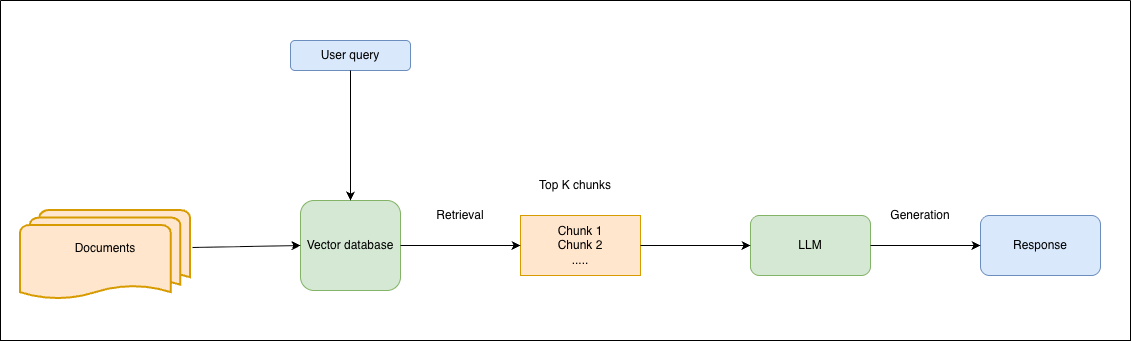
czotterbenedek/rag-onlineclustering-optimization keeps this draw.io diagram as flowchart/rag.png. Above is the earlier version. Source tidied: cells renumbered, new cells last; positions are measured from the earlier drawing's top-left corner, leaving out a move shared by most shapes.
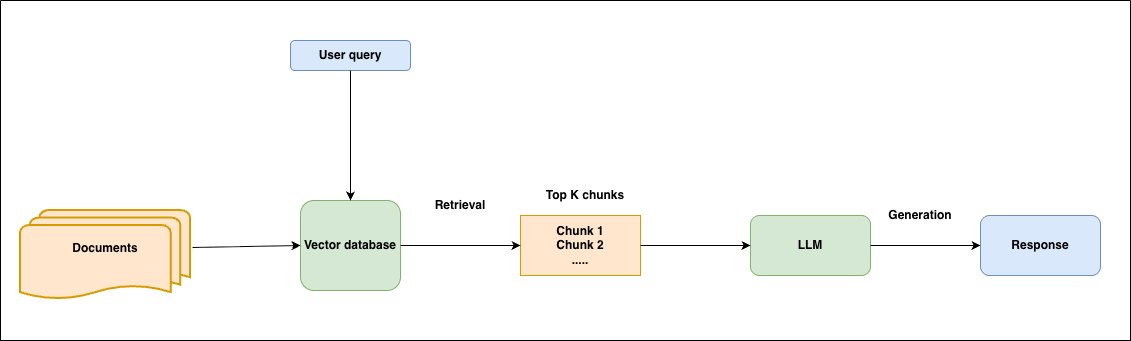
The same diagram one commit later.

The edit, as a diff of the source:
```diff
@@ -1,14 +1,14 @@
-<mxGraphModel>
+<mxGraphModel background="#FFFFFF">
   <root>
     <mxCell id="0" />
     <mxCell id="1" parent="0" />
-    <mxCell id="2" value="User query" style="rounded=1;whiteSpace=wrap;html=1;fillColor=#dae8fc;strokeColor=#6c8ebf;" parent="1" vertex="1">
+    <mxCell id="2" value="&lt;b&gt;User query&lt;/b&gt;" style="rounded=1;whiteSpace=wrap;html=1;fillColor=#dae8fc;strokeColor=#6c8ebf;" parent="1" vertex="1">
       <mxGeometry x="290" y="40" width="120" height="30" as="geometry" />
     </mxCell>
-    <mxCell id="3" value="Vector database" style="rounded=1;whiteSpace=wrap;html=1;fillColor=#d5e8d4;strokeColor=#82b366;" parent="1" vertex="1">
+    <mxCell id="3" value="&lt;b&gt;Vector database&lt;/b&gt;" style="rounded=1;whiteSpace=wrap;html=1;fillColor=#d5e8d4;strokeColor=#82b366;" parent="1" vertex="1">
       <mxGeometry x="300" y="200" width="100" height="90" as="geometry" />
     </mxCell>
-    <mxCell id="4" value="Documents&lt;div&gt;&lt;br&gt;&lt;/div&gt;" style="strokeWidth=2;html=1;shape=mxgraph.flowchart.multi-document;whiteSpace=wrap;fillColor=#ffe6cc;strokeColor=#d79b00;" parent="1" vertex="1">
+    <mxCell id="4" value="&lt;b&gt;Documents&lt;/b&gt;&lt;div&gt;&lt;br&gt;&lt;/div&gt;" style="strokeWidth=2;html=1;shape=mxgraph.flowchart.multi-document;whiteSpace=wrap;fillColor=#ffe6cc;strokeColor=#d79b00;" parent="1" vertex="1">
       <mxGeometry x="20" y="210" width="170" height="90" as="geometry" />
     </mxCell>
     <mxCell id="5" style="endArrow=classic;html=1;rounded=0;exitX=1.012;exitY=0.411;exitDx=0;exitDy=0;exitPerimeter=0;entryX=0;entryY=0.5;entryDx=0;entryDy=0;" parent="1" edge="1" source="4" target="3">
@@ -17,16 +17,16 @@
     <mxCell id="6" style="endArrow=classic;html=1;rounded=0;exitX=0.5;exitY=1;exitDx=0;exitDy=0;entryX=0.5;entryY=0;entryDx=0;entryDy=0;" parent="1" edge="1" source="2" target="3">
       <mxGeometry relative="1" as="geometry" />
     </mxCell>
-    <mxCell id="7" value="Chunk 1&lt;div&gt;Chunk 2&lt;/div&gt;&lt;div&gt;.....&lt;/div&gt;" style="rounded=0;whiteSpace=wrap;html=1;fillColor=#ffe6cc;strokeColor=#d79b00;" parent="1" vertex="1">
+    <mxCell id="7" value="&lt;b&gt;Chunk 1&lt;/b&gt;&lt;div&gt;&lt;b&gt;Chunk 2&lt;/b&gt;&lt;/div&gt;&lt;div&gt;&lt;b&gt;.....&lt;/b&gt;&lt;/div&gt;" style="rounded=0;whiteSpace=wrap;html=1;fillColor=#ffe6cc;strokeColor=#d79b00;" parent="1" vertex="1">
       <mxGeometry x="520" y="215" width="120" height="60" as="geometry" />
     </mxCell>
     <mxCell id="8" style="endArrow=classic;html=1;rounded=0;entryX=0;entryY=0.5;entryDx=0;entryDy=0;exitX=1;exitY=0.5;exitDx=0;exitDy=0;" parent="1" edge="1" source="3" target="7">
       <mxGeometry relative="1" as="geometry" />
     </mxCell>
-    <mxCell id="9" value="LLM" style="rounded=1;whiteSpace=wrap;html=1;fillColor=#d5e8d4;strokeColor=#82b366;" parent="1" vertex="1">
+    <mxCell id="9" value="&lt;b&gt;LLM&lt;/b&gt;" style="rounded=1;whiteSpace=wrap;html=1;fillColor=#d5e8d4;strokeColor=#82b366;" parent="1" vertex="1">
       <mxGeometry x="750" y="215" width="120" height="60" as="geometry" />
     </mxCell>
-    <mxCell id="10" value="Response" style="rounded=1;whiteSpace=wrap;html=1;fillColor=#dae8fc;strokeColor=#6c8ebf;" parent="1" vertex="1">
+    <mxCell id="10" value="&lt;b&gt;Response&lt;/b&gt;" style="rounded=1;whiteSpace=wrap;html=1;fillColor=#dae8fc;strokeColor=#6c8ebf;" parent="1" vertex="1">
       <mxGeometry x="980" y="215" width="120" height="60" as="geometry" />
     </mxCell>
     <mxCell id="11" style="endArrow=classic;html=1;rounded=0;entryX=0;entryY=0.5;entryDx=0;entryDy=0;exitX=1;exitY=0.5;exitDx=0;exitDy=0;" parent="1" edge="1" source="7" target="9">
@@ -38,17 +38,14 @@
     <mxCell id="13" style="swimlane;startSize=0;" parent="1" vertex="1">
       <mxGeometry width="1130" height="340" as="geometry" />
     </mxCell>
-    <mxCell id="14" value="Generation" style="text;html=1;align=center;verticalAlign=middle;whiteSpace=wrap;rounded=0;" parent="13" vertex="1">
+    <mxCell id="14" value="&lt;b&gt;Generation&lt;/b&gt;" style="text;html=1;align=center;verticalAlign=middle;whiteSpace=wrap;rounded=0;" parent="13" vertex="1">
       <mxGeometry x="890" y="200" width="60" height="30" as="geometry" />
     </mxCell>
-    <mxCell id="15" value="Retrieval" style="text;html=1;align=center;verticalAlign=middle;whiteSpace=wrap;rounded=0;" parent="13" vertex="1">
-      <mxGeometry x="430" y="200" width="60" height="30" as="geometry" />
+    <mxCell id="15" value="&lt;b&gt;Retrieval&lt;/b&gt;" style="text;html=1;align=center;verticalAlign=middle;whiteSpace=wrap;rounded=0;" parent="13" vertex="1">
+      <mxGeometry x="430" y="190" width="60" height="30" as="geometry" />
     </mxCell>
-    <mxCell id="16" value="Top K chunks" style="text;html=1;align=center;verticalAlign=middle;whiteSpace=wrap;rounded=0;" parent="13" vertex="1">
-      <mxGeometry x="530" y="170" width="90" height="30" as="geometry" />
+    <mxCell id="16" value="&lt;b&gt;Top K chunks&lt;/b&gt;" style="text;html=1;align=center;verticalAlign=middle;whiteSpace=wrap;rounded=0;" parent="13" vertex="1">
+      <mxGeometry x="540" y="180" width="90" height="30" as="geometry" />
     </mxCell>
-    <mxCell id="17" style="edgeStyle=orthogonalEdgeStyle;rounded=0;orthogonalLoop=1;jettySize=auto;html=1;exitX=0.5;exitY=1;exitDx=0;exitDy=0;" parent="13" edge="1" source="16" target="16">
-      <mxGeometry relative="1" as="geometry" />
-    </mxCell>
   </root>
 </mxGraphModel>
```
